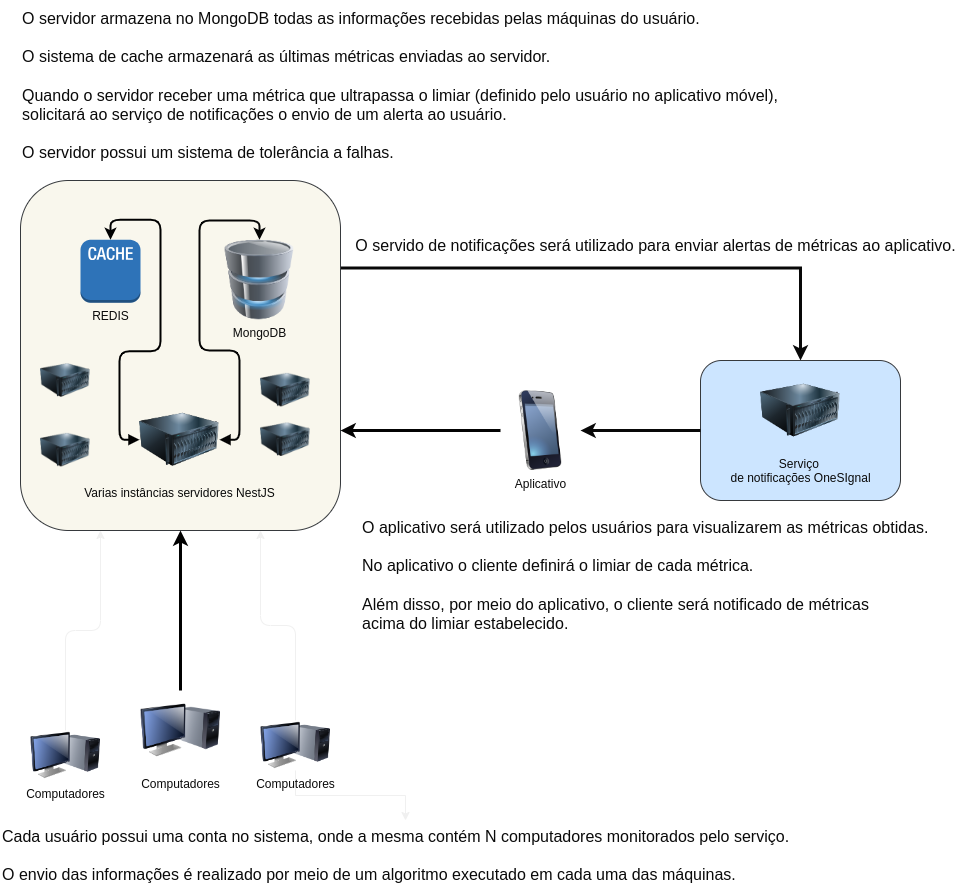
Earlier version of the draw.io export arq.png (jhonatancunha/hwhealth). Source tidied: cells renumbered, new cells last; positions are measured from the earlier drawing's top-left corner, leaving out a move shared by most shapes.
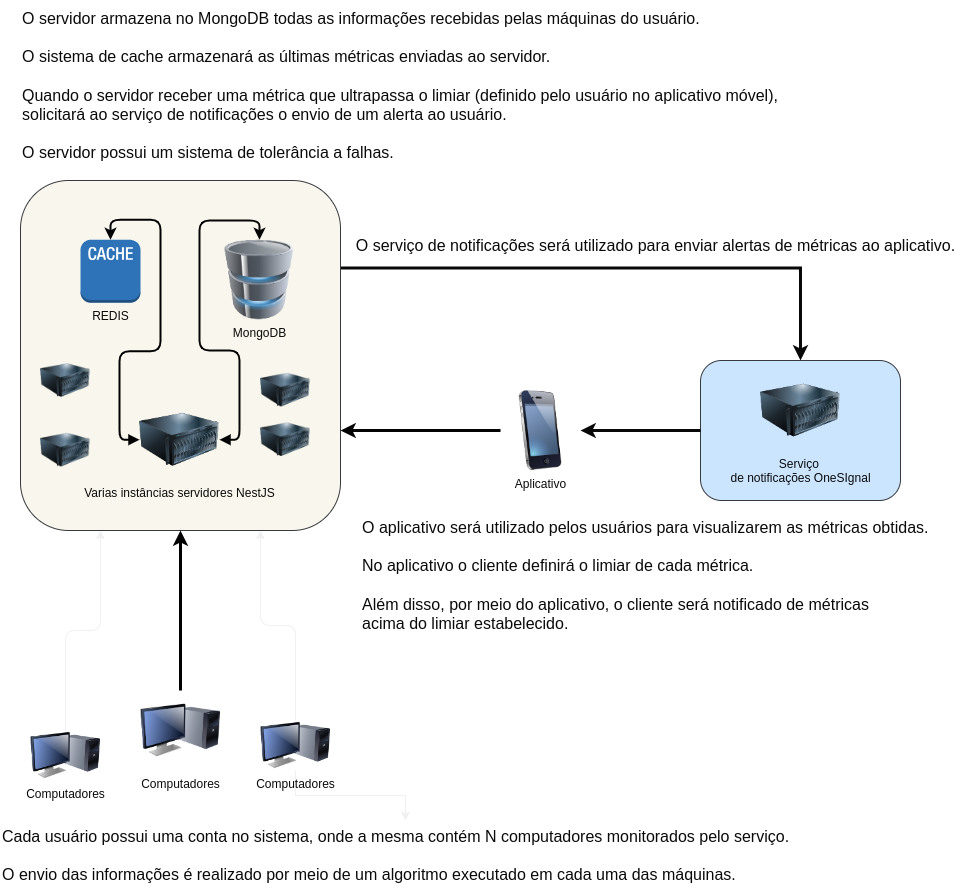
Above is the later version.

Commit message:
refactor: arrumando imagem arq

Change to the diagram source:
```diff
@@ -98,7 +98,7 @@
     <mxCell id="25" value="O aplicativo será utilizado pelos usuários para visualizarem as métricas obtidas.&lt;br&gt;&lt;br&gt;No aplicativo o cliente definirá o limiar de cada métrica.&lt;br&gt;&lt;br&gt;Além disso, por meio do aplicativo, o cliente será notificado de métricas &lt;br&gt;acima do limiar estabelecido." style="text;html=1;align=left;verticalAlign=middle;strokeColor=none;fillColor=none;fontSize=16;fontColor=#0A0A0A;" parent="1" vertex="1">
       <mxGeometry x="360" y="510" width="590" height="130" as="geometry" />
     </mxCell>
-    <mxCell id="26" value="O servido de notificações será utilizado para enviar alertas de métricas ao aplicativo." style="text;html=1;align=center;verticalAlign=middle;strokeColor=none;fillColor=none;fontSize=16;fontColor=#0A0A0A;strokeWidth=7;" parent="1" vertex="1">
+    <mxCell id="26" value="O serviço de notificações será utilizado para enviar alertas de métricas ao aplicativo." style="text;html=1;align=center;verticalAlign=middle;strokeColor=none;fillColor=none;fontSize=16;fontColor=#0A0A0A;strokeWidth=7;" parent="1" vertex="1">
       <mxGeometry x="345" y="230" width="620" height="30" as="geometry" />
     </mxCell>
     <mxCell id="27" style="image;html=1;image=img/lib/clip_art/computers/Server_128x128.png;rounded=1;labelBackgroundColor=none;fontColor=#0A0A0A;" parent="1" vertex="1">
```
